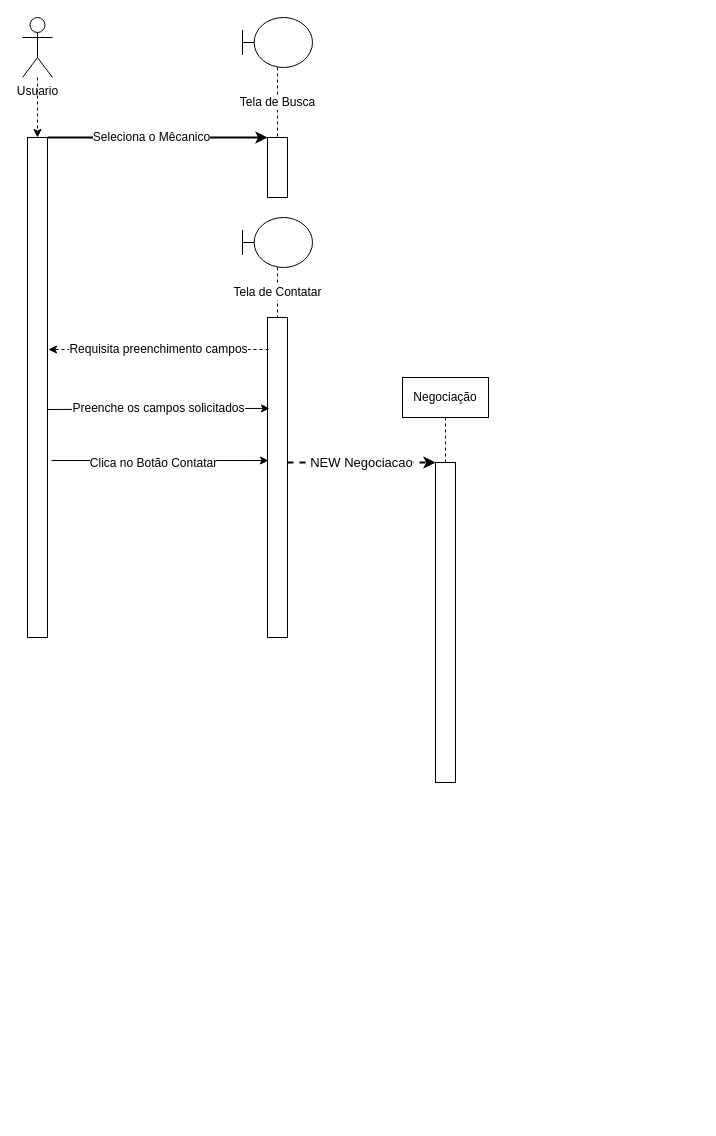
Above: Sequencia/Draw/Contatar.drawio in unifgabsantos/Mecanico (draw.io), before the change. Source tidied: cells renumbered, new cells numbered last; positions are measured from the earlier drawing's top-left corner, leaving out a move shared by most shapes. Both pictures are drawn from the tidied source at 100%, with x=0, y=0 at pixel (22, 17).
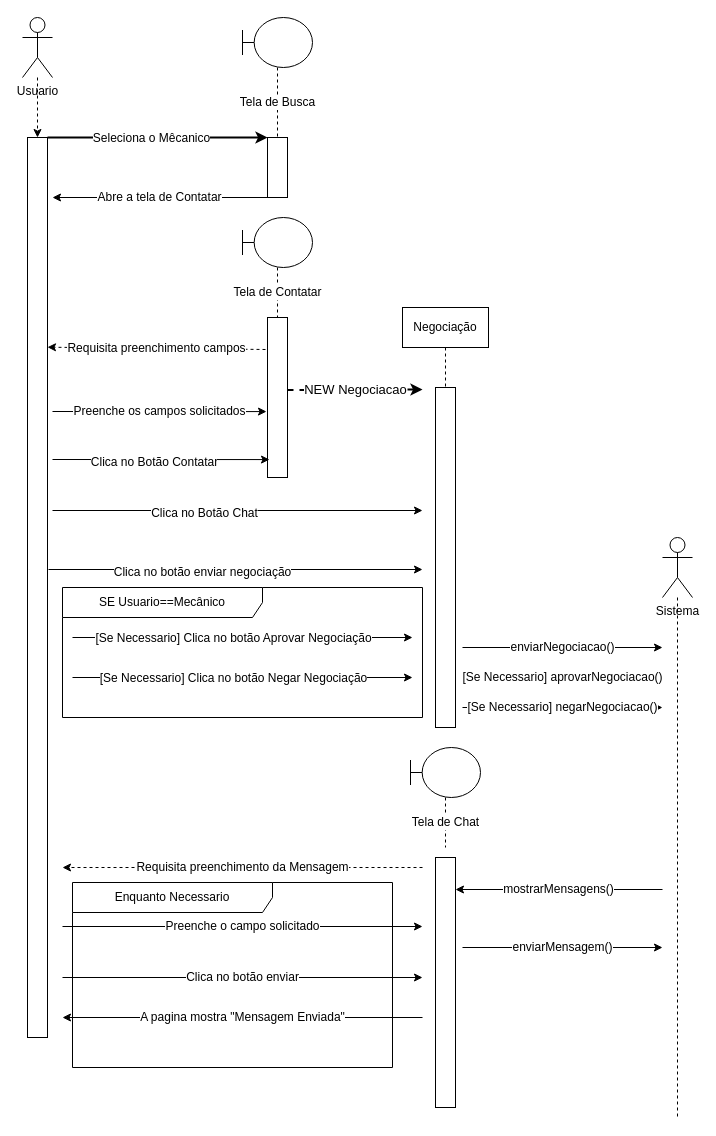
After the change.

The change refers to these unchanged cells:
```xml
<mxCell id="5" style="rounded=0;whiteSpace=wrap;html=1;" parent="1" vertex="1">
  <mxGeometry x="245" y="120" width="20" height="60" as="geometry" />
</mxCell>
```

What changed in the source:
```diff
@@
     <mxCell id="4" style="rounded=0;whiteSpace=wrap;html=1;" parent="1" vertex="1">
-      <mxGeometry x="5" y="120" width="20" height="500" as="geometry" />
+      <mxGeometry x="5" y="120" width="20" height="900" as="geometry" />
     </mxCell>
@@
     <mxCell id="12" style="rounded=0;whiteSpace=wrap;html=1;" parent="1" vertex="1">
-      <mxGeometry x="245" y="300" width="20" height="320" as="geometry" />
+      <mxGeometry x="245" y="300" width="20" height="160" as="geometry" />
     </mxCell>
-    <mxCell id="13" value="Requisita preenchimento campos" style="endArrow=classic;html=1;rounded=0;dashed=1;fontSize=12;entryX=1.05;entryY=0.424;entryDx=0;entryDy=0;entryPerimeter=0;exitX=0.05;exitY=0.1;exitDx=0;exitDy=0;exitPerimeter=0;" parent="1" edge="1" source="12" target="4">
+    <mxCell id="13" value="Requisita preenchimento campos" style="endArrow=classic;html=1;rounded=0;dashed=1;fontSize=12;entryX=1;entryY=0.233;entryDx=0;entryDy=0;entryPerimeter=0;exitX=-0.1;exitY=0.2;exitDx=0;exitDy=0;exitPerimeter=0;" parent="1" edge="1" source="12" target="4">
       <mxGeometry relative="1" as="geometry" />
     </mxCell>
-    <mxCell id="14" value="Preenche os campos solicitados" style="endArrow=classic;html=1;rounded=0;fontSize=12;exitX=1;exitY=0.544;exitDx=0;exitDy=0;exitPerimeter=0;entryX=0.1;entryY=0.284;entryDx=0;entryDy=0;entryPerimeter=0;" parent="1" edge="1" source="4" target="12">
-      <mxGeometry relative="1" as="geometry" />
+    <mxCell id="14" value="Preenche os campos solicitados" style="endArrow=classic;html=1;rounded=0;fontSize=12;entryX=-0.05;entryY=0.588;entryDx=0;entryDy=0;entryPerimeter=0;" parent="1" edge="1" target="12">
+      <mxGeometry relative="1" as="geometry">
+        <mxPoint x="30" y="394" as="sourcePoint" />
+      </mxGeometry>
     </mxCell>
-    <mxCell id="15" style="endArrow=classic;html=1;rounded=0;fontSize=12;exitX=1.2;exitY=0.646;exitDx=0;exitDy=0;exitPerimeter=0;entryX=0.05;entryY=0.447;entryDx=0;entryDy=0;entryPerimeter=0;" parent="1" edge="1" source="4" target="12">
-      <mxGeometry relative="1" as="geometry" />
+    <mxCell id="15" style="endArrow=classic;html=1;rounded=0;fontSize=12;entryX=0.1;entryY=0.888;entryDx=0;entryDy=0;entryPerimeter=0;" parent="1" edge="1" target="12">
+      <mxGeometry relative="1" as="geometry">
+        <mxPoint x="30" y="442" as="sourcePoint" />
+      </mxGeometry>
     </mxCell>
@@
     <mxCell id="18" value="Negociação" style="rounded=0;whiteSpace=wrap;html=1;fontSize=12;" parent="1" vertex="1">
-      <mxGeometry x="380" y="360" width="86" height="40" as="geometry" />
+      <mxGeometry x="380" y="290" width="86" height="40" as="geometry" />
     </mxCell>
     <mxCell id="19" style="rounded=0;whiteSpace=wrap;html=1;" parent="1" vertex="1">
-      <mxGeometry x="413" y="445" width="20" height="320" as="geometry" />
+      <mxGeometry x="413" y="370" width="20" height="340" as="geometry" />
     </mxCell>
-    <mxCell id="20" value="NEW Negociacao" style="endArrow=classic;dashed=1;html=1;strokeWidth=2;rounded=0;fontSize=13;exitX=1;exitY=0.453;exitDx=0;exitDy=0;endFill=1;exitPerimeter=0;entryX=0;entryY=0;entryDx=0;entryDy=0;" parent="1" edge="1" source="12" target="19">
-      <mxGeometry relative="1" as="geometry" />
+    <mxCell id="20" value="NEW Negociacao" style="endArrow=classic;dashed=1;html=1;strokeWidth=2;rounded=0;fontSize=13;exitX=1;exitY=0.453;exitDx=0;exitDy=0;endFill=1;exitPerimeter=0;" parent="1" edge="1" source="12">
+      <mxGeometry relative="1" as="geometry">
+        <mxPoint x="400" y="372" as="targetPoint" />
+      </mxGeometry>
     </mxCell>
+    <mxCell id="21" value="Tela de Chat" style="edgeStyle=orthogonalEdgeStyle;rounded=0;jettySize=auto;html=1;fontSize=12;endArrow=none;endFill=0;dashed=1;" parent="1" edge="1" source="22">
+      <mxGeometry relative="1" as="geometry">
+        <mxPoint x="423" y="830" as="targetPoint" />
+      </mxGeometry>
+    </mxCell>
+    <mxCell id="22" style="shape=umlBoundary;whiteSpace=wrap;html=1;fontSize=13;" parent="1" vertex="1">
+      <mxGeometry x="388" y="730" width="70" height="50" as="geometry" />
+    </mxCell>
+    <mxCell id="23" style="rounded=0;whiteSpace=wrap;html=1;" parent="1" vertex="1">
+      <mxGeometry x="413" y="840" width="20" height="250" as="geometry" />
+    </mxCell>
+    <mxCell id="24" style="endArrow=classic;html=1;rounded=0;fontSize=12;" parent="1" edge="1">
+      <mxGeometry relative="1" as="geometry">
+        <mxPoint x="30" y="493" as="sourcePoint" />
+        <mxPoint x="400" y="493" as="targetPoint" />
+      </mxGeometry>
+    </mxCell>
+    <mxCell id="25" value="Clica no Botão Chat" style="edgeLabel;html=1;align=center;verticalAlign=middle;fontSize=12;" parent="24" vertex="1">
+      <mxGeometry x="-0.35" y="-1" relative="1" as="geometry">
+        <mxPoint x="31" y="1" as="offset" />
+      </mxGeometry>
+    </mxCell>
+    <mxCell id="26" value="Requisita preenchimento da Mensagem" style="endArrow=classic;html=1;rounded=0;dashed=1;fontSize=12;" parent="1" edge="1">
+      <mxGeometry relative="1" as="geometry">
+        <mxPoint x="400" y="850" as="sourcePoint" />
+        <mxPoint x="40" y="850" as="targetPoint" />
+      </mxGeometry>
+    </mxCell>
+    <mxCell id="27" value="Preenche o campo solicitado" style="endArrow=classic;html=1;rounded=0;fontSize=12;" parent="1" edge="1">
+      <mxGeometry relative="1" as="geometry">
+        <mxPoint x="40" y="909" as="sourcePoint" />
+        <mxPoint x="400" y="909" as="targetPoint" />
+      </mxGeometry>
+    </mxCell>
+    <mxCell id="28" value="Clica no botão enviar" style="endArrow=classic;html=1;rounded=0;fontSize=12;" parent="1" edge="1">
+      <mxGeometry relative="1" as="geometry">
+        <mxPoint x="40" y="960" as="sourcePoint" />
+        <mxPoint x="400" y="960" as="targetPoint" />
+      </mxGeometry>
+    </mxCell>
+    <mxCell id="29" value="A pagina mostra &quot;Mensagem Enviada&quot;" style="endArrow=classic;html=1;rounded=0;fontSize=12;" parent="1" edge="1">
+      <mxGeometry relative="1" as="geometry">
+        <mxPoint x="400" y="1000" as="sourcePoint" />
+        <mxPoint x="40" y="1000" as="targetPoint" />
+      </mxGeometry>
+    </mxCell>
+    <mxCell id="30" value="Enquanto Necessario" style="shape=umlFrame;whiteSpace=wrap;html=1;fontSize=12;width=200;height=30;" parent="1" vertex="1">
+      <mxGeometry x="50" y="865" width="320" height="185" as="geometry" />
+    </mxCell>
+    <mxCell id="31" value="Abre a tela de Contatar" style="endArrow=classic;html=1;rounded=0;fontSize=12;exitX=0;exitY=1;exitDx=0;exitDy=0;" parent="1" edge="1" source="5">
+      <mxGeometry relative="1" as="geometry">
+        <mxPoint x="30" y="180" as="targetPoint" />
+      </mxGeometry>
+    </mxCell>
+    <mxCell id="32" style="endArrow=classic;html=1;rounded=0;fontSize=12;exitX=1.05;exitY=0.48;exitDx=0;exitDy=0;exitPerimeter=0;" parent="1" edge="1" source="4">
+      <mxGeometry relative="1" as="geometry">
+        <mxPoint x="400" y="552" as="targetPoint" />
+      </mxGeometry>
+    </mxCell>
+    <mxCell id="33" value="Clica no botão enviar negociação" style="edgeLabel;html=1;align=center;verticalAlign=middle;fontSize=12;" parent="32" vertex="1">
+      <mxGeometry x="-0.35" y="-1" relative="1" as="geometry">
+        <mxPoint x="31" y="1" as="offset" />
+      </mxGeometry>
+    </mxCell>
+    <mxCell id="34" value="SE Usuario==Mecânico" style="shape=umlFrame;whiteSpace=wrap;html=1;fontSize=12;width=200;height=30;" parent="1" vertex="1">
+      <mxGeometry x="40" y="570" width="360" height="130" as="geometry" />
+    </mxCell>
+    <mxCell id="35" style="endArrow=classic;html=1;rounded=0;fontSize=12;" parent="1" edge="1">
+      <mxGeometry relative="1" as="geometry">
+        <mxPoint x="50" y="620" as="sourcePoint" />
+        <mxPoint x="390" y="620" as="targetPoint" />
+      </mxGeometry>
+    </mxCell>
+    <mxCell id="36" value="[Se Necessario] Clica no botão Aprovar Negociação" style="edgeLabel;html=1;align=center;verticalAlign=middle;fontSize=12;" parent="35" vertex="1">
+      <mxGeometry x="0.11" y="-4" relative="1" as="geometry">
+        <mxPoint x="-29" y="-4" as="offset" />
+      </mxGeometry>
+    </mxCell>
+    <mxCell id="37" style="endArrow=classic;html=1;rounded=0;fontSize=12;" parent="1" edge="1">
+      <mxGeometry relative="1" as="geometry">
+        <mxPoint x="50" y="660" as="sourcePoint" />
+        <mxPoint x="390" y="660" as="targetPoint" />
+      </mxGeometry>
+    </mxCell>
+    <mxCell id="38" value="[Se Necessario] Clica no botão Negar Negociação" style="edgeLabel;html=1;align=center;verticalAlign=middle;fontSize=12;" parent="37" vertex="1">
+      <mxGeometry x="0.11" y="-4" relative="1" as="geometry">
+        <mxPoint x="-29" y="-4" as="offset" />
+      </mxGeometry>
+    </mxCell>
+    <mxCell id="39" style="edgeStyle=orthogonalEdgeStyle;rounded=0;jettySize=auto;html=1;fontSize=12;endArrow=none;endFill=0;dashed=1;" parent="1" edge="1" source="40">
+      <mxGeometry relative="1" as="geometry">
+        <mxPoint x="655" y="1100" as="targetPoint" />
+        <Array as="points">
+          <mxPoint x="655" y="1090" />
+        </Array>
+      </mxGeometry>
+    </mxCell>
+    <mxCell id="40" value="Sistema" style="shape=umlActor;verticalLabelPosition=bottom;verticalAlign=top;html=1;outlineConnect=0;" parent="1" vertex="1">
+      <mxGeometry x="640" y="520" width="30" height="60" as="geometry" />
+    </mxCell>
+    <mxCell id="41" value="enviarNegociacao()" style="endArrow=classic;html=1;rounded=0;fontSize=12;" parent="1" edge="1">
+      <mxGeometry relative="1" as="geometry">
+        <mxPoint x="440" y="630" as="sourcePoint" />
+        <mxPoint x="640" y="630" as="targetPoint" />
+      </mxGeometry>
+    </mxCell>
+    <mxCell id="42" value="mostrarMensagens()" style="endArrow=classic;html=1;rounded=0;fontSize=12;entryX=1;entryY=0.128;entryDx=0;entryDy=0;entryPerimeter=0;" parent="1" edge="1" target="23">
+      <mxGeometry relative="1" as="geometry">
+        <mxPoint x="640" y="872" as="sourcePoint" />
+      </mxGeometry>
+    </mxCell>
+    <mxCell id="43" value="enviarMensagem()" style="endArrow=classic;html=1;rounded=0;fontSize=12;" parent="1" edge="1">
+      <mxGeometry relative="1" as="geometry">
+        <mxPoint x="440" y="930" as="sourcePoint" />
+        <mxPoint x="640" y="930" as="targetPoint" />
+      </mxGeometry>
+    </mxCell>
+    <mxCell id="44" value="[Se Necessario] aprovarNegociacao()" style="endArrow=classic;html=1;rounded=0;fontSize=12;" parent="1" edge="1">
+      <mxGeometry relative="1" as="geometry">
+        <mxPoint x="440" y="660" as="sourcePoint" />
+        <mxPoint x="640" y="660" as="targetPoint" />
+      </mxGeometry>
+    </mxCell>
+    <mxCell id="45" value="[Se Necessario] negarNegociacao()" style="endArrow=classic;html=1;rounded=0;fontSize=12;" parent="1" edge="1">
+      <mxGeometry relative="1" as="geometry">
+        <mxPoint x="440" y="690" as="sourcePoint" />
+        <mxPoint x="640" y="690" as="targetPoint" />
+      </mxGeometry>
+    </mxCell>
```
